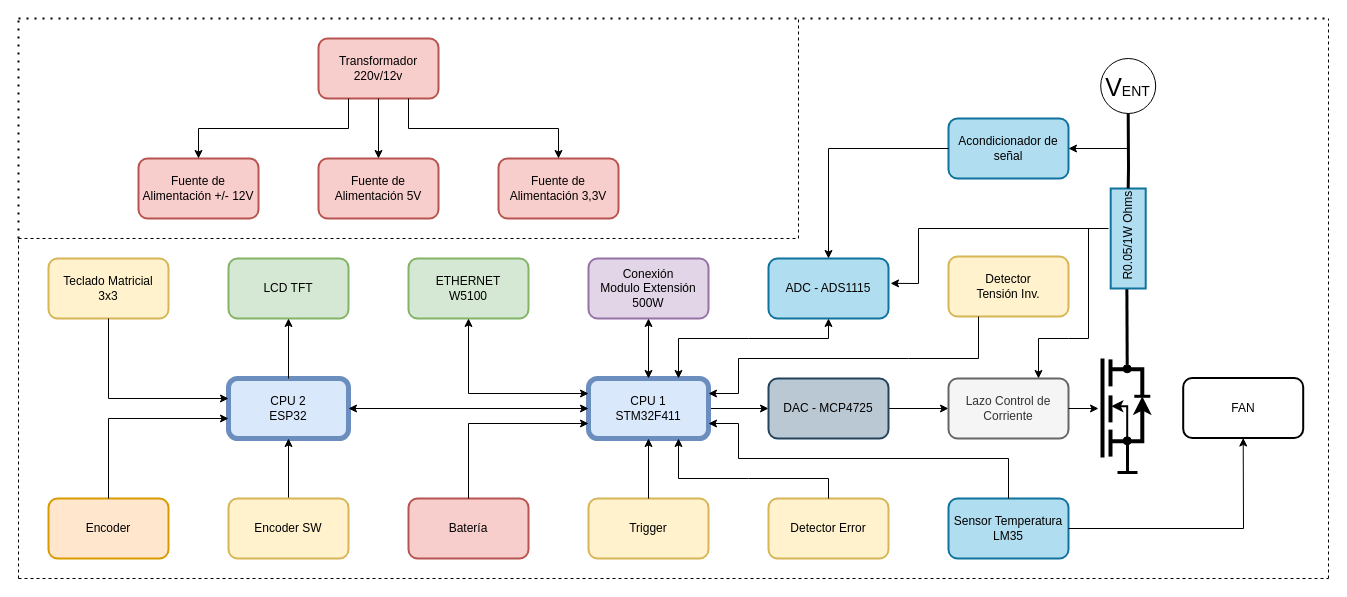
The draw.io diagram Diagrama en Bloques.drawio in Nicolasseze/Carga-Electronica, before the edit. Source tidied: cells renumbered, new cells numbered last; positions are measured from the earlier drawing's top-left corner, leaving out a move shared by most shapes. Both pictures are drawn from the tidied source at 100%, with x=0, y=0 at pixel (18, 18).
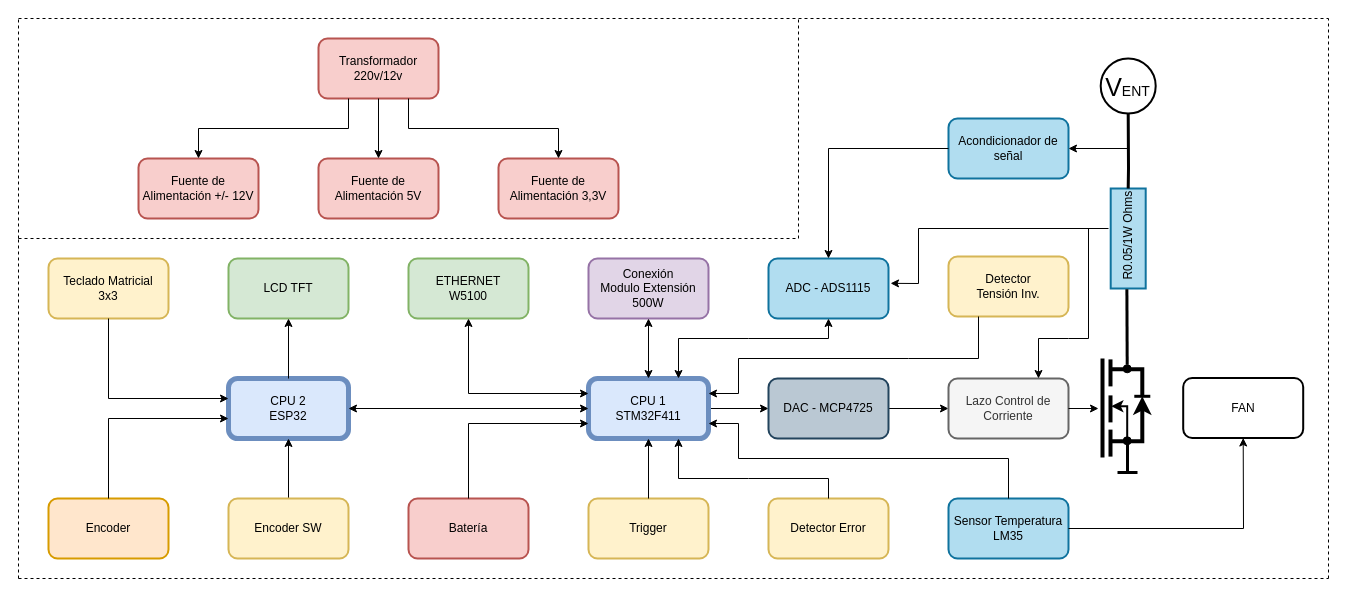
The same diagram, later.

Change to the diagram source:
```diff
@@
-    <mxCell id="40" value="&lt;font style=&quot;&quot;&gt;&lt;span style=&quot;font-size: 25px;&quot;&gt;V&lt;/span&gt;&lt;font style=&quot;font-size: 14px;&quot;&gt;ENT&lt;/font&gt;&lt;/font&gt;" style="ellipse;whiteSpace=wrap;html=1;" parent="1" vertex="1">
+    <mxCell id="40" value="&lt;font style=&quot;&quot;&gt;&lt;span style=&quot;font-size: 25px;&quot;&gt;V&lt;/span&gt;&lt;font style=&quot;font-size: 14px;&quot;&gt;ENT&lt;/font&gt;&lt;/font&gt;" style="ellipse;whiteSpace=wrap;html=1;strokeWidth=2;" parent="1" vertex="1">
       <mxGeometry x="1082.2" y="40" width="55" height="55" as="geometry" />
     </mxCell>
@@
-    <mxCell id="71" style="endArrow=none;dashed=1;html=1;dashPattern=1 3;strokeWidth=2;rounded=0;" parent="1" edge="1">
-      <mxGeometry relative="1" as="geometry">
-        <mxPoint y="220" as="sourcePoint" />
-        <mxPoint as="targetPoint" />
-      </mxGeometry>
-    </mxCell>
-    <mxCell id="72" style="endArrow=none;dashed=1;html=1;dashPattern=1 3;strokeWidth=2;rounded=0;" parent="1" edge="1">
-      <mxGeometry relative="1" as="geometry">
-        <mxPoint as="sourcePoint" />
-        <mxPoint x="1310" as="targetPoint" />
-      </mxGeometry>
-    </mxCell>
+    <mxCell id="73" style="endArrow=none;dashed=1;html=1;rounded=0;" parent="1" edge="1">
+      <mxGeometry relative="1" as="geometry">
+        <mxPoint y="220" as="sourcePoint" />
+        <mxPoint as="targetPoint" />
+      </mxGeometry>
+    </mxCell>
+    <mxCell id="74" style="endArrow=none;dashed=1;html=1;rounded=0;" parent="1" edge="1">
+      <mxGeometry relative="1" as="geometry">
+        <mxPoint as="sourcePoint" />
+        <mxPoint x="1310" as="targetPoint" />
+      </mxGeometry>
+    </mxCell>
```
